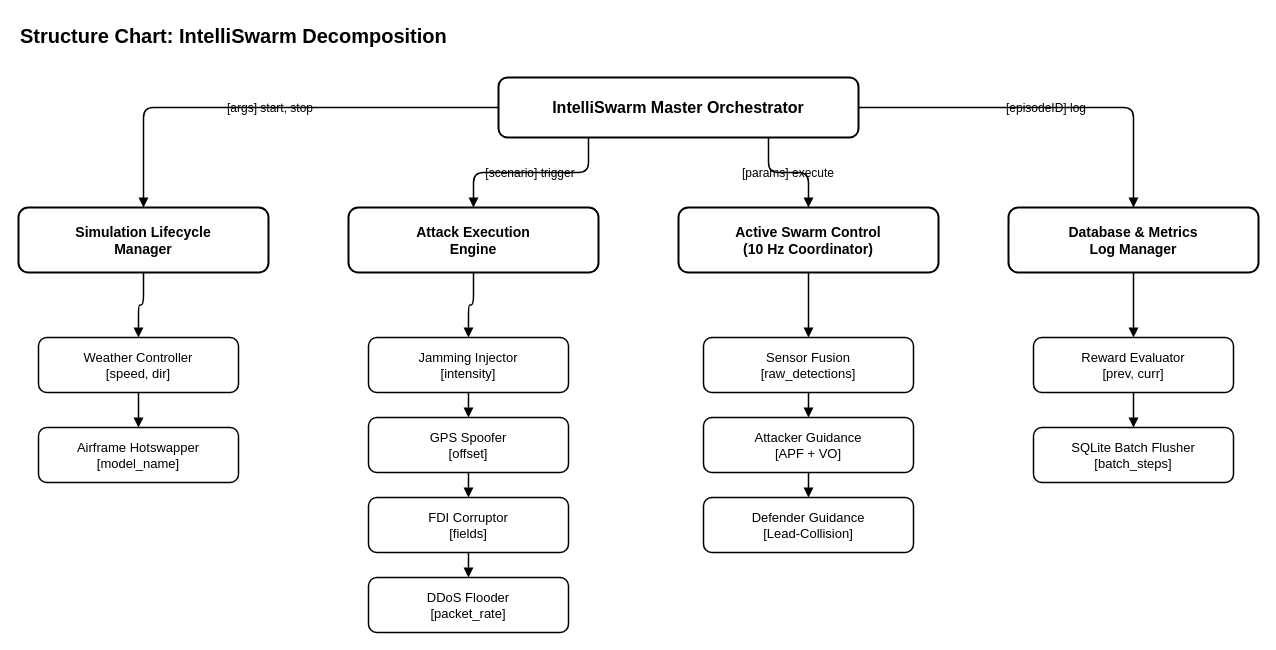
sjd-1214/diagrams keeps this draw.io diagram as 22_structure_chart_aegis.drawio. Above is the earlier version. Source tidied: cells renumbered, new cells numbered last; positions are measured from the earlier drawing's top-left corner, leaving out a move shared by most shapes. Both pictures are drawn from the tidied source at 100%, with x=0, y=0 at pixel (18, 17).
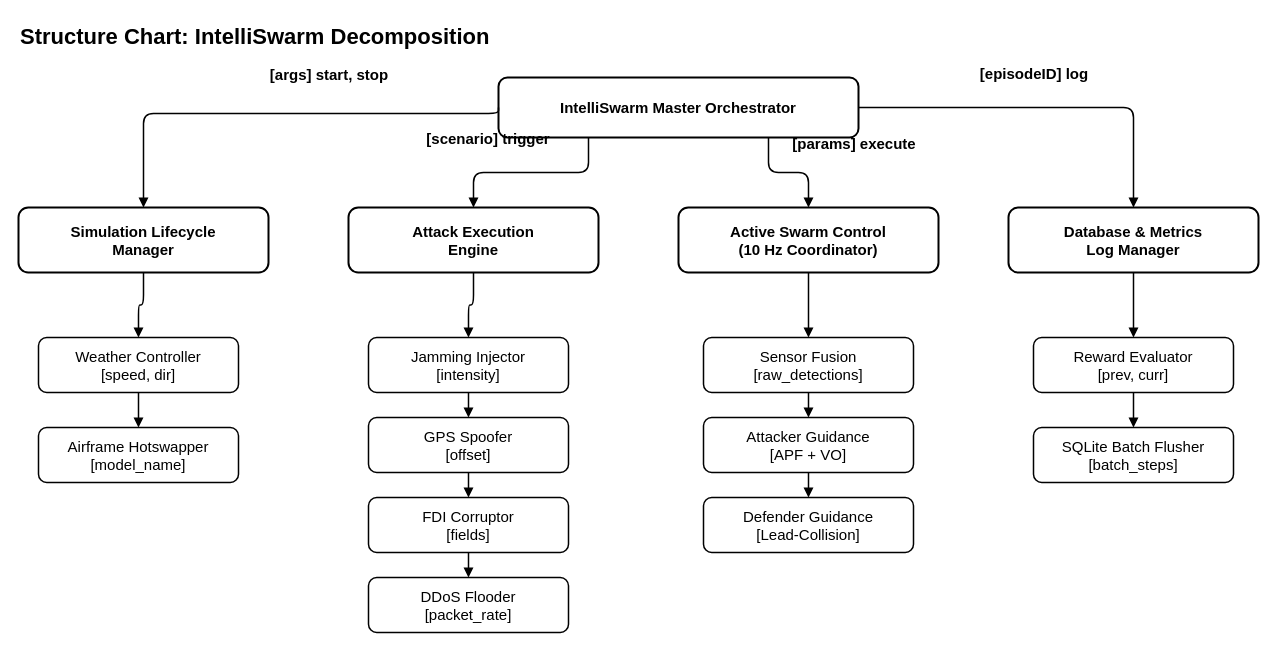
After the change.

The edit, as a diff of the source:
```diff
@@
-    <mxCell id="2" value="&lt;b&gt;Structure Chart: IntelliSwarm Decomposition&lt;/b&gt;" style="text;html=1;fontFamily=Helvetica;fontColor=#000000;fontSize=20;fontStyle=1;fillColor=none;" parent="1" vertex="1">
+    <mxCell id="2" value="&lt;b&gt;Structure Chart: IntelliSwarm Decomposition&lt;/b&gt;" style="text;html=1;fontFamily=Helvetica;fontColor=#000000;fontSize=22;fontStyle=1;fillColor=none;" parent="1" vertex="1">
       <mxGeometry width="1200" height="35" as="geometry" />
     </mxCell>
-    <mxCell id="3" value="&lt;b&gt;IntelliSwarm Master Orchestrator&lt;/b&gt;" style="rounded=1;whiteSpace=wrap;html=1;fillColor=none;strokeColor=#000000;strokeWidth=2;fontSize=16;fontFamily=Helvetica;fontColor=#000000;" parent="1" vertex="1">
+    <mxCell id="3" value="&lt;b&gt;IntelliSwarm Master Orchestrator&lt;/b&gt;" style="rounded=1;whiteSpace=wrap;html=1;fillColor=none;strokeColor=#000000;strokeWidth=2;fontSize=15;fontFamily=Helvetica;fontColor=#000000;fontStyle=1;" parent="1" vertex="1">
       <mxGeometry x="480" y="60" width="360" height="60" as="geometry" />
     </mxCell>
-    <mxCell id="4" value="&lt;b&gt;Simulation Lifecycle&lt;br&gt;Manager&lt;/b&gt;" style="rounded=1;whiteSpace=wrap;html=1;fillColor=none;strokeColor=#000000;strokeWidth=2;fontSize=14;fontFamily=Helvetica;fontColor=#000000;" parent="1" vertex="1">
+    <mxCell id="4" value="&lt;b&gt;Simulation Lifecycle&lt;br&gt;Manager&lt;/b&gt;" style="rounded=1;whiteSpace=wrap;html=1;fillColor=none;strokeColor=#000000;strokeWidth=2;fontSize=15;fontFamily=Helvetica;fontColor=#000000;fontStyle=1;" parent="1" vertex="1">
       <mxGeometry y="190" width="250" height="65" as="geometry" />
     </mxCell>
-    <mxCell id="5" value="&lt;b&gt;Attack Execution&lt;br&gt;Engine&lt;/b&gt;" style="rounded=1;whiteSpace=wrap;html=1;fillColor=none;strokeColor=#000000;strokeWidth=2;fontSize=14;fontFamily=Helvetica;fontColor=#000000;" parent="1" vertex="1">
+    <mxCell id="5" value="&lt;b&gt;Attack Execution&lt;br&gt;Engine&lt;/b&gt;" style="rounded=1;whiteSpace=wrap;html=1;fillColor=none;strokeColor=#000000;strokeWidth=2;fontSize=15;fontFamily=Helvetica;fontColor=#000000;fontStyle=1;" parent="1" vertex="1">
       <mxGeometry x="330" y="190" width="250" height="65" as="geometry" />
     </mxCell>
-    <mxCell id="6" value="&lt;b&gt;Active Swarm Control&lt;br&gt;(10 Hz Coordinator)&lt;/b&gt;" style="rounded=1;whiteSpace=wrap;html=1;fillColor=none;strokeColor=#000000;strokeWidth=2;fontSize=14;fontFamily=Helvetica;fontColor=#000000;" parent="1" vertex="1">
+    <mxCell id="6" value="&lt;b&gt;Active Swarm Control&lt;br&gt;(10 Hz Coordinator)&lt;/b&gt;" style="rounded=1;whiteSpace=wrap;html=1;fillColor=none;strokeColor=#000000;strokeWidth=2;fontSize=15;fontFamily=Helvetica;fontColor=#000000;fontStyle=1;" parent="1" vertex="1">
       <mxGeometry x="660" y="190" width="260" height="65" as="geometry" />
     </mxCell>
-    <mxCell id="7" value="&lt;b&gt;Database &amp;amp; Metrics&lt;br&gt;Log Manager&lt;/b&gt;" style="rounded=1;whiteSpace=wrap;html=1;fillColor=none;strokeColor=#000000;strokeWidth=2;fontSize=14;fontFamily=Helvetica;fontColor=#000000;" parent="1" vertex="1">
+    <mxCell id="7" value="&lt;b&gt;Database &amp;amp; Metrics&lt;br&gt;Log Manager&lt;/b&gt;" style="rounded=1;whiteSpace=wrap;html=1;fillColor=none;strokeColor=#000000;strokeWidth=2;fontSize=15;fontFamily=Helvetica;fontColor=#000000;fontStyle=1;" parent="1" vertex="1">
       <mxGeometry x="990" y="190" width="250" height="65" as="geometry" />
     </mxCell>
-    <mxCell id="8" value="Weather Controller&lt;br&gt;[speed, dir]" style="rounded=1;whiteSpace=wrap;html=1;fillColor=none;strokeColor=#000000;strokeWidth=1.5;fontSize=13;fontFamily=Helvetica;fontColor=#000000;" parent="1" vertex="1">
+    <mxCell id="8" value="Weather Controller&lt;br&gt;[speed, dir]" style="rounded=1;whiteSpace=wrap;html=1;fillColor=none;strokeColor=#000000;strokeWidth=1.5;fontSize=15;fontFamily=Helvetica;fontColor=#000000;" parent="1" vertex="1">
       <mxGeometry x="20" y="320" width="200" height="55" as="geometry" />
     </mxCell>
-    <mxCell id="9" value="Airframe Hotswapper&lt;br&gt;[model_name]" style="rounded=1;whiteSpace=wrap;html=1;fillColor=none;strokeColor=#000000;strokeWidth=1.5;fontSize=13;fontFamily=Helvetica;fontColor=#000000;" parent="1" vertex="1">
+    <mxCell id="9" value="Airframe Hotswapper&lt;br&gt;[model_name]" style="rounded=1;whiteSpace=wrap;html=1;fillColor=none;strokeColor=#000000;strokeWidth=1.5;fontSize=15;fontFamily=Helvetica;fontColor=#000000;" parent="1" vertex="1">
       <mxGeometry x="20" y="410" width="200" height="55" as="geometry" />
     </mxCell>
-    <mxCell id="10" value="Jamming Injector&lt;br&gt;[intensity]" style="rounded=1;whiteSpace=wrap;html=1;fillColor=none;strokeColor=#000000;strokeWidth=1.5;fontSize=13;fontFamily=Helvetica;fontColor=#000000;" parent="1" vertex="1">
+    <mxCell id="10" value="Jamming Injector&lt;br&gt;[intensity]" style="rounded=1;whiteSpace=wrap;html=1;fillColor=none;strokeColor=#000000;strokeWidth=1.5;fontSize=15;fontFamily=Helvetica;fontColor=#000000;" parent="1" vertex="1">
       <mxGeometry x="350" y="320" width="200" height="55" as="geometry" />
     </mxCell>
-    <mxCell id="11" value="GPS Spoofer&lt;br&gt;[offset]" style="rounded=1;whiteSpace=wrap;html=1;fillColor=none;strokeColor=#000000;strokeWidth=1.5;fontSize=13;fontFamily=Helvetica;fontColor=#000000;" parent="1" vertex="1">
+    <mxCell id="11" value="GPS Spoofer&lt;br&gt;[offset]" style="rounded=1;whiteSpace=wrap;html=1;fillColor=none;strokeColor=#000000;strokeWidth=1.5;fontSize=15;fontFamily=Helvetica;fontColor=#000000;" parent="1" vertex="1">
       <mxGeometry x="350" y="400" width="200" height="55" as="geometry" />
     </mxCell>
-    <mxCell id="12" value="FDI Corruptor&lt;br&gt;[fields]" style="rounded=1;whiteSpace=wrap;html=1;fillColor=none;strokeColor=#000000;strokeWidth=1.5;fontSize=13;fontFamily=Helvetica;fontColor=#000000;" parent="1" vertex="1">
+    <mxCell id="12" value="FDI Corruptor&lt;br&gt;[fields]" style="rounded=1;whiteSpace=wrap;html=1;fillColor=none;strokeColor=#000000;strokeWidth=1.5;fontSize=15;fontFamily=Helvetica;fontColor=#000000;" parent="1" vertex="1">
       <mxGeometry x="350" y="480" width="200" height="55" as="geometry" />
     </mxCell>
-    <mxCell id="13" value="DDoS Flooder&lt;br&gt;[packet_rate]" style="rounded=1;whiteSpace=wrap;html=1;fillColor=none;strokeColor=#000000;strokeWidth=1.5;fontSize=13;fontFamily=Helvetica;fontColor=#000000;" parent="1" vertex="1">
+    <mxCell id="13" value="DDoS Flooder&lt;br&gt;[packet_rate]" style="rounded=1;whiteSpace=wrap;html=1;fillColor=none;strokeColor=#000000;strokeWidth=1.5;fontSize=15;fontFamily=Helvetica;fontColor=#000000;" parent="1" vertex="1">
       <mxGeometry x="350" y="560" width="200" height="55" as="geometry" />
     </mxCell>
-    <mxCell id="14" value="Sensor Fusion&lt;br&gt;[raw_detections]" style="rounded=1;whiteSpace=wrap;html=1;fillColor=none;strokeColor=#000000;strokeWidth=1.5;fontSize=13;fontFamily=Helvetica;fontColor=#000000;" parent="1" vertex="1">
+    <mxCell id="14" value="Sensor Fusion&lt;br&gt;[raw_detections]" style="rounded=1;whiteSpace=wrap;html=1;fillColor=none;strokeColor=#000000;strokeWidth=1.5;fontSize=15;fontFamily=Helvetica;fontColor=#000000;" parent="1" vertex="1">
       <mxGeometry x="685" y="320" width="210" height="55" as="geometry" />
     </mxCell>
-    <mxCell id="15" value="Attacker Guidance&lt;br&gt;[APF + VO]" style="rounded=1;whiteSpace=wrap;html=1;fillColor=none;strokeColor=#000000;strokeWidth=1.5;fontSize=13;fontFamily=Helvetica;fontColor=#000000;" parent="1" vertex="1">
+    <mxCell id="15" value="Attacker Guidance&lt;br&gt;[APF + VO]" style="rounded=1;whiteSpace=wrap;html=1;fillColor=none;strokeColor=#000000;strokeWidth=1.5;fontSize=15;fontFamily=Helvetica;fontColor=#000000;" parent="1" vertex="1">
       <mxGeometry x="685" y="400" width="210" height="55" as="geometry" />
     </mxCell>
-    <mxCell id="16" value="Defender Guidance&lt;br&gt;[Lead-Collision]" style="rounded=1;whiteSpace=wrap;html=1;fillColor=none;strokeColor=#000000;strokeWidth=1.5;fontSize=13;fontFamily=Helvetica;fontColor=#000000;" parent="1" vertex="1">
+    <mxCell id="16" value="Defender Guidance&lt;br&gt;[Lead-Collision]" style="rounded=1;whiteSpace=wrap;html=1;fillColor=none;strokeColor=#000000;strokeWidth=1.5;fontSize=15;fontFamily=Helvetica;fontColor=#000000;" parent="1" vertex="1">
       <mxGeometry x="685" y="480" width="210" height="55" as="geometry" />
     </mxCell>
-    <mxCell id="17" value="Reward Evaluator&lt;br&gt;[prev, curr]" style="rounded=1;whiteSpace=wrap;html=1;fillColor=none;strokeColor=#000000;strokeWidth=1.5;fontSize=13;fontFamily=Helvetica;fontColor=#000000;" parent="1" vertex="1">
+    <mxCell id="17" value="Reward Evaluator&lt;br&gt;[prev, curr]" style="rounded=1;whiteSpace=wrap;html=1;fillColor=none;strokeColor=#000000;strokeWidth=1.5;fontSize=15;fontFamily=Helvetica;fontColor=#000000;" parent="1" vertex="1">
       <mxGeometry x="1015" y="320" width="200" height="55" as="geometry" />
     </mxCell>
-    <mxCell id="18" value="SQLite Batch Flusher&lt;br&gt;[batch_steps]" style="rounded=1;whiteSpace=wrap;html=1;fillColor=none;strokeColor=#000000;strokeWidth=1.5;fontSize=13;fontFamily=Helvetica;fontColor=#000000;" parent="1" vertex="1">
+    <mxCell id="18" value="SQLite Batch Flusher&lt;br&gt;[batch_steps]" style="rounded=1;whiteSpace=wrap;html=1;fillColor=none;strokeColor=#000000;strokeWidth=1.5;fontSize=15;fontFamily=Helvetica;fontColor=#000000;" parent="1" vertex="1">
       <mxGeometry x="1015" y="410" width="200" height="55" as="geometry" />
     </mxCell>
-    <mxCell id="19" value="[args] start, stop" style="edgeStyle=orthogonalEdgeStyle;rounded=1;endArrow=block;strokeColor=#000000;strokeWidth=1.5;fontSize=12;fontFamily=Helvetica;fontColor=#000000;exitX=0;exitY=0.5;entryX=0.5;entryY=0;labelBackgroundColor=none;" parent="1" edge="1" source="3" target="4">
-      <mxGeometry relative="1" as="geometry" />
+    <mxCell id="19" value="[args] start, stop" style="edgeStyle=orthogonalEdgeStyle;rounded=1;endArrow=block;strokeColor=#000000;strokeWidth=1.5;fontSize=15;fontFamily=Helvetica;fontColor=#000000;exitX=0;exitY=0.5;entryX=0.5;entryY=0;labelBackgroundColor=none;verticalAlign=bottom;spacingBottom=8;spacingLeft=10;spacingRight=10;fontStyle=1;" parent="1" edge="1" source="3" target="4">
+      <mxGeometry x="-0.23" y="-20" relative="1" as="geometry">
+        <Array as="points">
+          <mxPoint x="480" y="96" />
+          <mxPoint x="125" y="96" />
+        </Array>
+      </mxGeometry>
     </mxCell>
-    <mxCell id="20" value="[scenario] trigger" style="edgeStyle=orthogonalEdgeStyle;rounded=1;endArrow=block;strokeColor=#000000;strokeWidth=1.5;fontSize=12;fontFamily=Helvetica;fontColor=#000000;exitX=0.25;exitY=1;entryX=0.5;entryY=0;labelBackgroundColor=none;" parent="1" edge="1" source="3" target="5">
-      <mxGeometry relative="1" as="geometry" />
+    <mxCell id="20" value="[scenario] trigger" style="edgeStyle=orthogonalEdgeStyle;rounded=1;endArrow=block;strokeColor=#000000;strokeWidth=1.5;fontSize=15;fontFamily=Helvetica;fontColor=#000000;exitX=0.25;exitY=1;entryX=0.5;entryY=0;labelBackgroundColor=none;verticalAlign=bottom;spacingBottom=8;spacingLeft=10;spacingRight=10;fontStyle=1;" parent="1" edge="1" source="3" target="5">
+      <mxGeometry x="0.46" y="-15" relative="1" as="geometry" />
     </mxCell>
-    <mxCell id="21" value="[params] execute" style="edgeStyle=orthogonalEdgeStyle;rounded=1;endArrow=block;strokeColor=#000000;strokeWidth=1.5;fontSize=12;fontFamily=Helvetica;fontColor=#000000;exitX=0.75;exitY=1;entryX=0.5;entryY=0;labelBackgroundColor=none;" parent="1" edge="1" source="3" target="6">
-      <mxGeometry relative="1" as="geometry" />
+    <mxCell id="21" value="[params] execute" style="edgeStyle=orthogonalEdgeStyle;rounded=1;endArrow=block;strokeColor=#000000;strokeWidth=1.5;fontSize=15;fontFamily=Helvetica;fontColor=#000000;exitX=0.75;exitY=1;entryX=0.5;entryY=0;labelBackgroundColor=none;verticalAlign=bottom;spacingBottom=8;spacingLeft=10;spacingRight=10;fontStyle=1;" parent="1" edge="1" source="3" target="6">
+      <mxGeometry x="0.36" y="47" relative="1" as="geometry">
+        <mxPoint x="-1" y="-10" as="offset" />
+      </mxGeometry>
     </mxCell>
-    <mxCell id="22" value="[episodeID] log" style="edgeStyle=orthogonalEdgeStyle;rounded=1;endArrow=block;strokeColor=#000000;strokeWidth=1.5;fontSize=12;fontFamily=Helvetica;fontColor=#000000;exitX=1;exitY=0.5;entryX=0.5;entryY=0;labelBackgroundColor=none;" parent="1" edge="1" source="3" target="7">
-      <mxGeometry relative="1" as="geometry" />
+    <mxCell id="22" value="[episodeID] log" style="edgeStyle=orthogonalEdgeStyle;rounded=1;endArrow=block;strokeColor=#000000;strokeWidth=1.5;fontSize=15;fontFamily=Helvetica;fontColor=#000000;exitX=1;exitY=0.5;entryX=0.5;entryY=0;labelBackgroundColor=none;verticalAlign=bottom;spacingBottom=8;spacingLeft=10;spacingRight=10;fontStyle=1;" parent="1" edge="1" source="3" target="7">
+      <mxGeometry x="-0.06" y="15" relative="1" as="geometry" />
     </mxCell>
```
